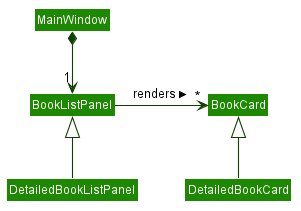
The PlantUML diagram docs/images/UiViewClassDiagram.png in pennhanlee/tp, before a commit.
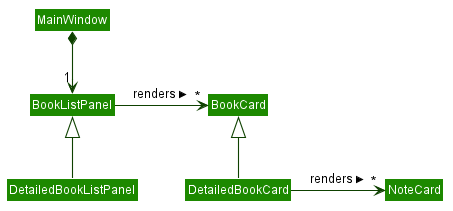
Later version of the same file.

What changed in the source:
```diff
@@ -62,5 +62,6 @@
 BookListPanel -right-> "*" BookCard : renders >
 DetailedBookListPanel -up-|> BookListPanel
 DetailedBookCard -up-|> BookCard
+DetailedBookCard -right-> "*" NoteCard : renders >
 
 @enduml
```
